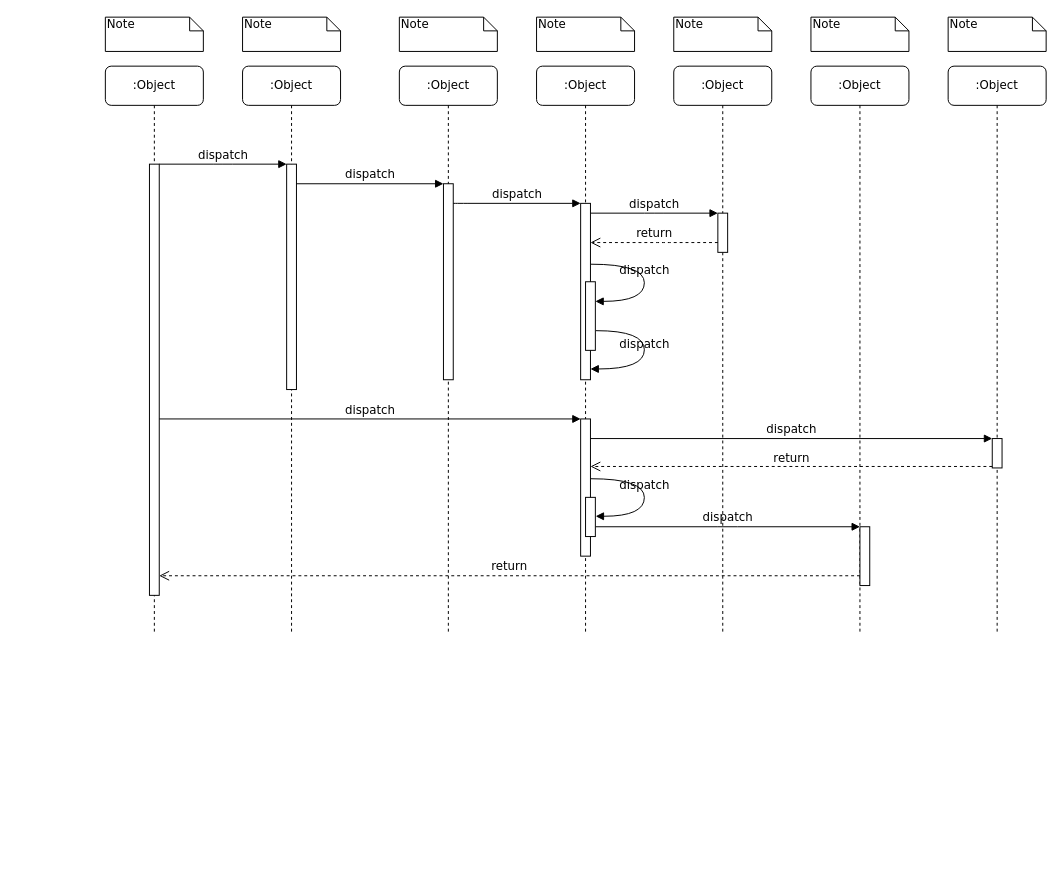
Above: mytest.drawio in WaterHYH/diagrams (draw.io), before the change. Source tidied: cells renumbered, new cells numbered last; positions are measured from the earlier drawing's top-left corner, leaving out a move shared by most shapes. Both pictures are drawn from the tidied source at 98%, with x=0, y=0 at pixel (105, 17).
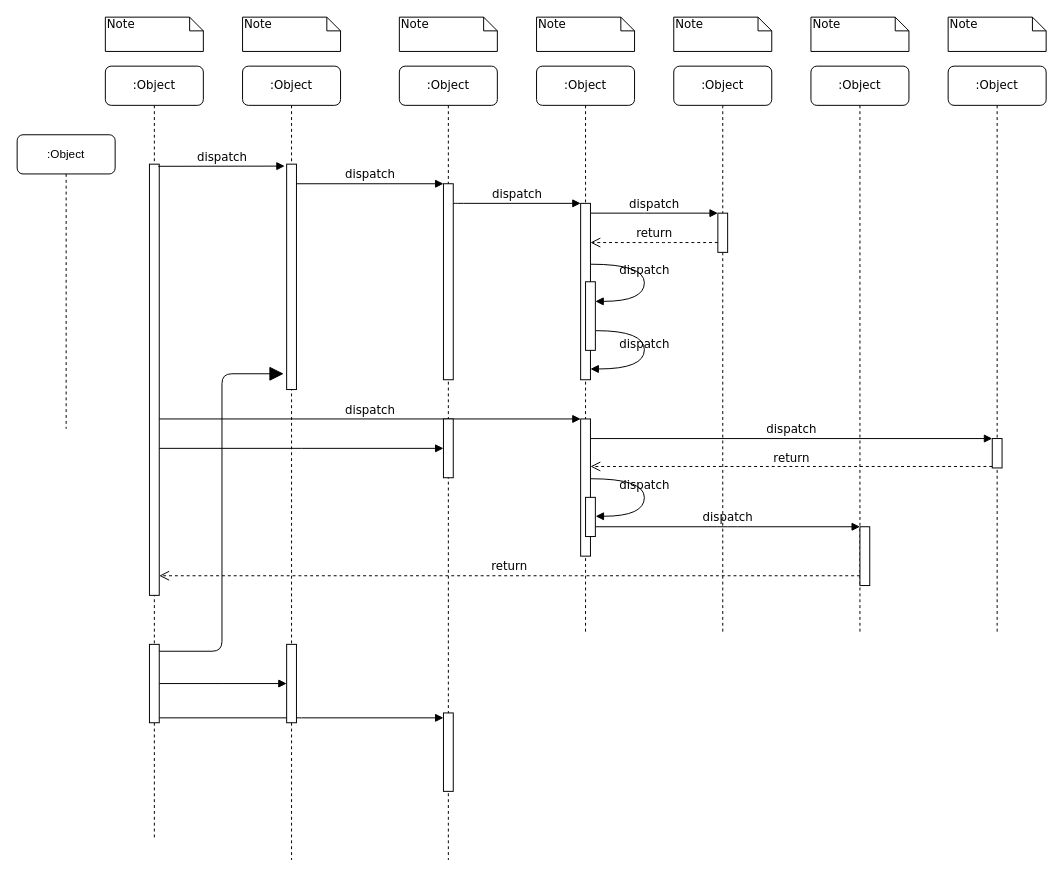
The same page after the edit.

The change refers to these unchanged cells:
```xml
<mxCell id="3" style="html=1;points=[];perimeter=orthogonalPerimeter;rounded=0;shadow=0;comic=0;labelBackgroundColor=none;strokeWidth=1;fontFamily=Verdana;fontSize=12;align=center;" parent="2" vertex="1">
  <mxGeometry x="45" y="100" width="10" height="230" as="geometry" />
</mxCell>
<mxCell id="11" style="html=1;points=[];perimeter=orthogonalPerimeter;rounded=0;shadow=0;comic=0;labelBackgroundColor=none;strokeWidth=1;fontFamily=Verdana;fontSize=12;align=center;" parent="10" vertex="1">
  <mxGeometry x="45" y="100" width="10" height="440" as="geometry" />
</mxCell>
```

Diff of the diagram source:
```diff
@@
     <mxCell id="2" value=":Object" style="shape=umlLifeline;perimeter=lifelinePerimeter;whiteSpace=wrap;html=1;rounded=1;shadow=0;comic=0;labelBackgroundColor=none;strokeWidth=1;fontFamily=Verdana;fontSize=12;align=center;" parent="1" vertex="1">
-      <mxGeometry x="140" y="50" width="100" height="580" as="geometry" />
+      <mxGeometry x="140" y="50" width="100" height="810" as="geometry" />
     </mxCell>
@@
     <mxCell id="4" value=":Object" style="shape=umlLifeline;perimeter=lifelinePerimeter;whiteSpace=wrap;html=1;rounded=1;shadow=0;comic=0;labelBackgroundColor=none;strokeWidth=1;fontFamily=Verdana;fontSize=12;align=center;" parent="1" vertex="1">
-      <mxGeometry x="300" y="50" width="100" height="580" as="geometry" />
+      <mxGeometry x="300" y="50" width="100" height="810" as="geometry" />
     </mxCell>
@@
     <mxCell id="10" value=":Object" style="shape=umlLifeline;perimeter=lifelinePerimeter;whiteSpace=wrap;html=1;rounded=1;shadow=0;comic=0;labelBackgroundColor=none;strokeWidth=1;fontFamily=Verdana;fontSize=12;align=center;" parent="1" vertex="1">
-      <mxGeometry y="50" width="100" height="580" as="geometry" />
+      <mxGeometry y="50" width="100" height="790" as="geometry" />
     </mxCell>
@@
-    <mxCell id="25" value="dispatch" style="html=1;verticalAlign=bottom;endArrow=block;entryX=0;entryY=0;labelBackgroundColor=none;fontFamily=Verdana;fontSize=12;edgeStyle=elbowEdgeStyle;elbow=vertical;" parent="1" edge="1" source="11" target="3">
+    <mxCell id="25" value="dispatch" style="html=1;verticalAlign=bottom;endArrow=block;labelBackgroundColor=none;fontFamily=Verdana;fontSize=12;edgeStyle=elbowEdgeStyle;elbow=vertical;exitX=0.9;exitY=0.005;exitDx=0;exitDy=0;exitPerimeter=0;entryX=-0.2;entryY=0.009;entryDx=0;entryDy=0;entryPerimeter=0;" parent="1" edge="1" source="11" target="3">
       <mxGeometry relative="1" as="geometry" />
     </mxCell>
@@
+    <mxCell id="39" value=":Object" style="shape=umlLifeline;perimeter=lifelinePerimeter;whiteSpace=wrap;html=1;rounded=1;" parent="1" vertex="1">
+      <mxGeometry x="-90" y="120" width="100" height="300" as="geometry" />
+    </mxCell>
+    <mxCell id="40" style="edgeStyle=elbowEdgeStyle;rounded=0;jettySize=auto;html=1;endArrow=block;endFill=1;" parent="1" edge="1" source="42" target="44">
+      <mxGeometry relative="1" as="geometry" />
+    </mxCell>
+    <mxCell id="41" style="edgeStyle=elbowEdgeStyle;rounded=0;jettySize=auto;elbow=vertical;html=1;endArrow=block;endFill=1;" parent="1" edge="1" source="42" target="47">
+      <mxGeometry relative="1" as="geometry" />
+    </mxCell>
+    <mxCell id="42" style="html=1;points=[];perimeter=orthogonalPerimeter;" parent="1" vertex="1">
+      <mxGeometry x="45" y="640" width="10" height="80" as="geometry" />
+    </mxCell>
+    <mxCell id="43" style="endArrow=block;endFill=1;endSize=12;html=1;exitX=1;exitY=0.088;exitDx=0;exitDy=0;exitPerimeter=0;entryX=-0.3;entryY=0.93;entryDx=0;entryDy=0;entryPerimeter=0;edgeStyle=elbowEdgeStyle;" parent="1" edge="1" source="42" target="3">
+      <mxGeometry relative="1" as="geometry" />
+    </mxCell>
+    <mxCell id="44" style="html=1;points=[];perimeter=orthogonalPerimeter;" parent="1" vertex="1">
+      <mxGeometry x="185" y="640" width="10" height="80" as="geometry" />
+    </mxCell>
+    <mxCell id="45" style="html=1;points=[];perimeter=orthogonalPerimeter;rounded=0;shadow=0;comic=0;labelBackgroundColor=none;strokeWidth=1;fontFamily=Verdana;fontSize=12;align=center;" parent="1" vertex="1">
+      <mxGeometry x="345" y="410" width="10" height="60" as="geometry" />
+    </mxCell>
+    <mxCell id="46" style="edgeStyle=elbowEdgeStyle;rounded=0;jettySize=auto;html=1;endArrow=block;endFill=1;elbow=vertical;" parent="1" edge="1" source="11" target="45">
+      <mxGeometry relative="1" as="geometry" />
+    </mxCell>
+    <mxCell id="47" style="html=1;points=[];perimeter=orthogonalPerimeter;" parent="1" vertex="1">
+      <mxGeometry x="345" y="710" width="10" height="80" as="geometry" />
+    </mxCell>
```
